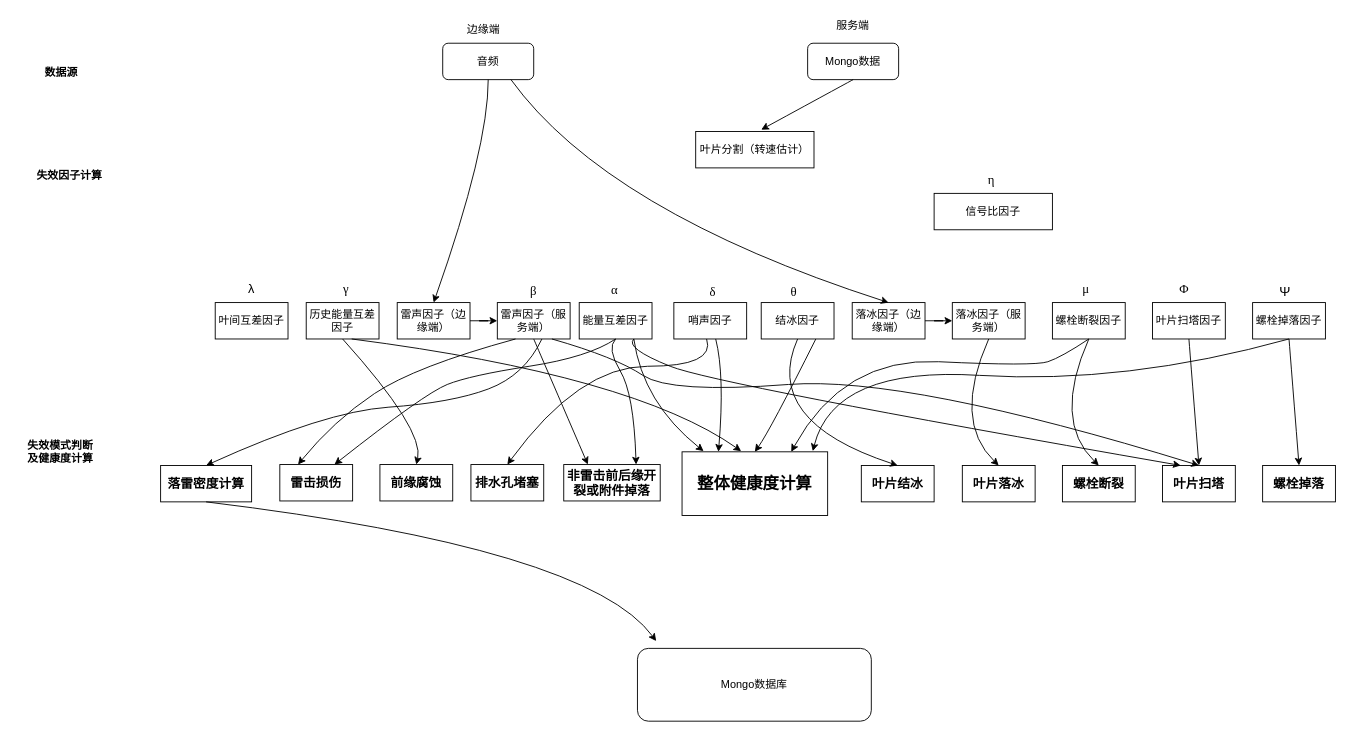
Davidlee2017/aria2 keeps this draw.io diagram as doc/Untitled Diagram.drawio. Above is the earlier version. Source tidied: cells renumbered, new cells numbered last; positions are measured from the earlier drawing's top-left corner, leaving out a move shared by most shapes. Both pictures are drawn from the tidied source at 91%, with x=0, y=0 at pixel (15, 15).
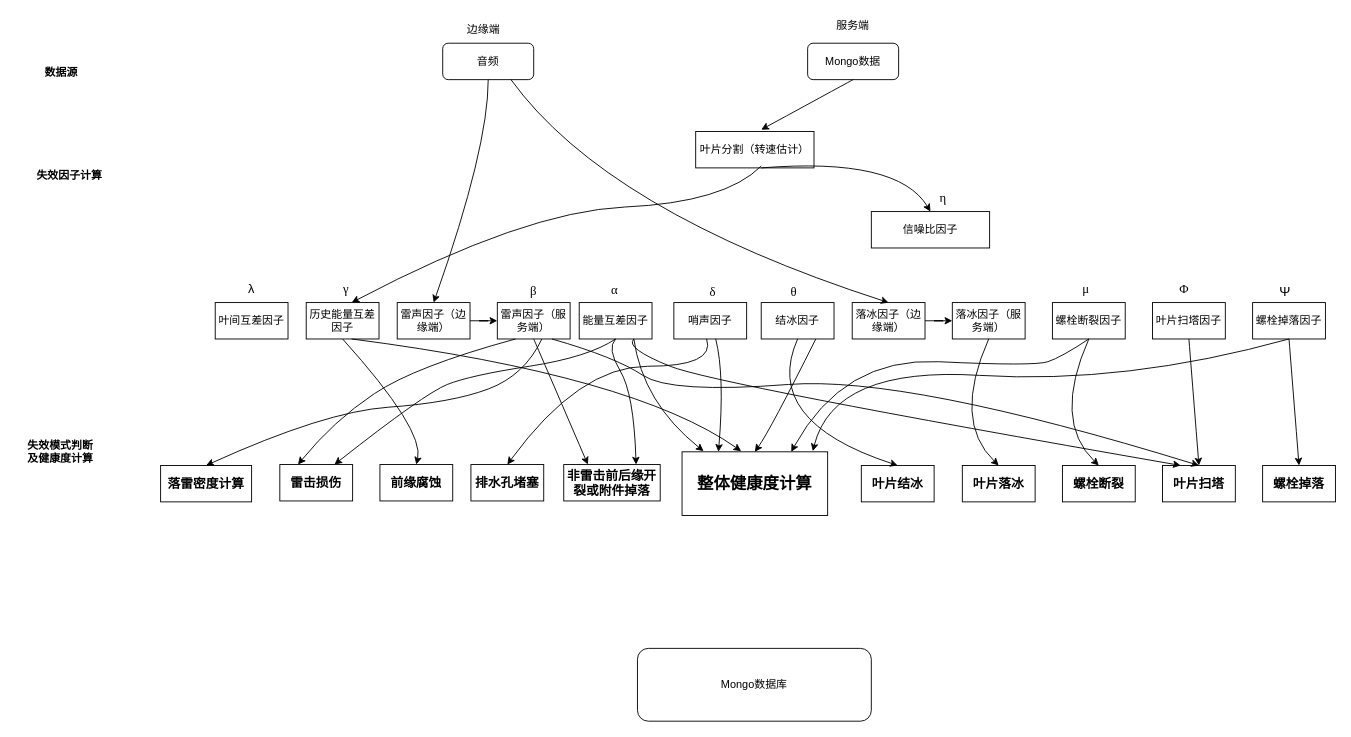
The same page after the edit.

The change refers to these unchanged cells:
```xml
<mxCell id="26" value="&lt;font style=&quot;font-size: 14px&quot;&gt;&lt;b&gt;落雷密度计算&lt;/b&gt;&lt;/font&gt;" style="rounded=0;whiteSpace=wrap;html=1;" parent="1" vertex="1">
  <mxGeometry x="160" y="494" width="100" height="40" as="geometry" />
</mxCell>
<mxCell id="66" value="&lt;span&gt;Mongo数据库&lt;/span&gt;" style="rounded=1;whiteSpace=wrap;html=1;" parent="1" vertex="1">
  <mxGeometry x="684" y="695" width="257" height="80" as="geometry" />
</mxCell>
```

The edit, as a diff of the source:
```diff
@@
-    <mxCell id="2" value="信号比因子" style="rounded=0;whiteSpace=wrap;html=1;" parent="1" vertex="1">
-      <mxGeometry x="1010" y="195" width="130" height="40" as="geometry" />
+    <mxCell id="2" value="信噪比因子" style="rounded=0;whiteSpace=wrap;html=1;" parent="1" vertex="1">
+      <mxGeometry x="941" y="215" width="130" height="40" as="geometry" />
     </mxCell>
@@
     <mxCell id="51" value="&lt;p class=&quot;MsoNormal&quot; align=&quot;center&quot;&gt;&lt;span lang=&quot;EN-US&quot; style=&quot;font-family: &amp;#34;times new roman&amp;#34; , serif&quot;&gt;η&lt;/span&gt;&lt;/p&gt;" style="text;html=1;strokeColor=none;fillColor=none;align=center;verticalAlign=middle;whiteSpace=wrap;rounded=0;fontSize=14;" parent="1" vertex="1">
-      <mxGeometry x="1048" y="165" width="50" height="30" as="geometry" />
+      <mxGeometry x="995" y="185" width="50" height="30" as="geometry" />
     </mxCell>
@@
-    <mxCell id="67" style="curved=1;endArrow=classic;html=1;rounded=0;fontSize=18;exitX=0.5;exitY=1;exitDx=0;exitDy=0;entryX=0.08;entryY=-0.1;entryDx=0;entryDy=0;entryPerimeter=0;" parent="1" edge="1" source="26" target="66">
-      <mxGeometry relative="1" as="geometry">
-        <Array as="points">
-          <mxPoint x="630" y="585" />
-        </Array>
-      </mxGeometry>
-    </mxCell>
@@
+    <mxCell id="71" style="curved=1;endArrow=classic;html=1;rounded=0;fontSize=18;exitX=0.5;exitY=1;exitDx=0;exitDy=0;entryX=0.5;entryY=0;entryDx=0;entryDy=0;" parent="1" edge="1" target="2">
+      <mxGeometry relative="1" as="geometry">
+        <mxPoint x="820" y="167" as="sourcePoint" />
+        <Array as="points">
+          <mxPoint x="970" y="155" />
+        </Array>
+      </mxGeometry>
+    </mxCell>
+    <mxCell id="72" style="curved=1;endArrow=classic;html=1;rounded=0;fontSize=18;" parent="1" edge="1">
+      <mxGeometry relative="1" as="geometry">
+        <mxPoint x="820" y="165" as="sourcePoint" />
+        <mxPoint x="370" y="315" as="targetPoint" />
+        <Array as="points">
+          <mxPoint x="780" y="205" />
+          <mxPoint x="560" y="215" />
+        </Array>
+      </mxGeometry>
+    </mxCell>
```
